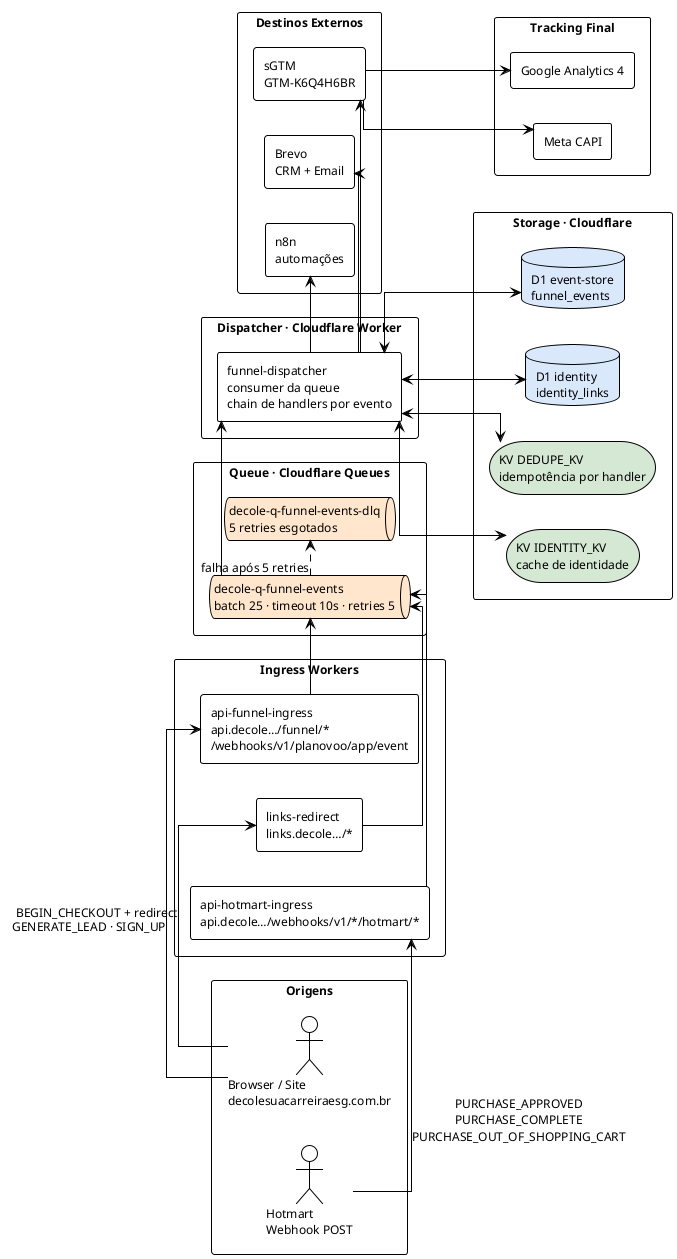
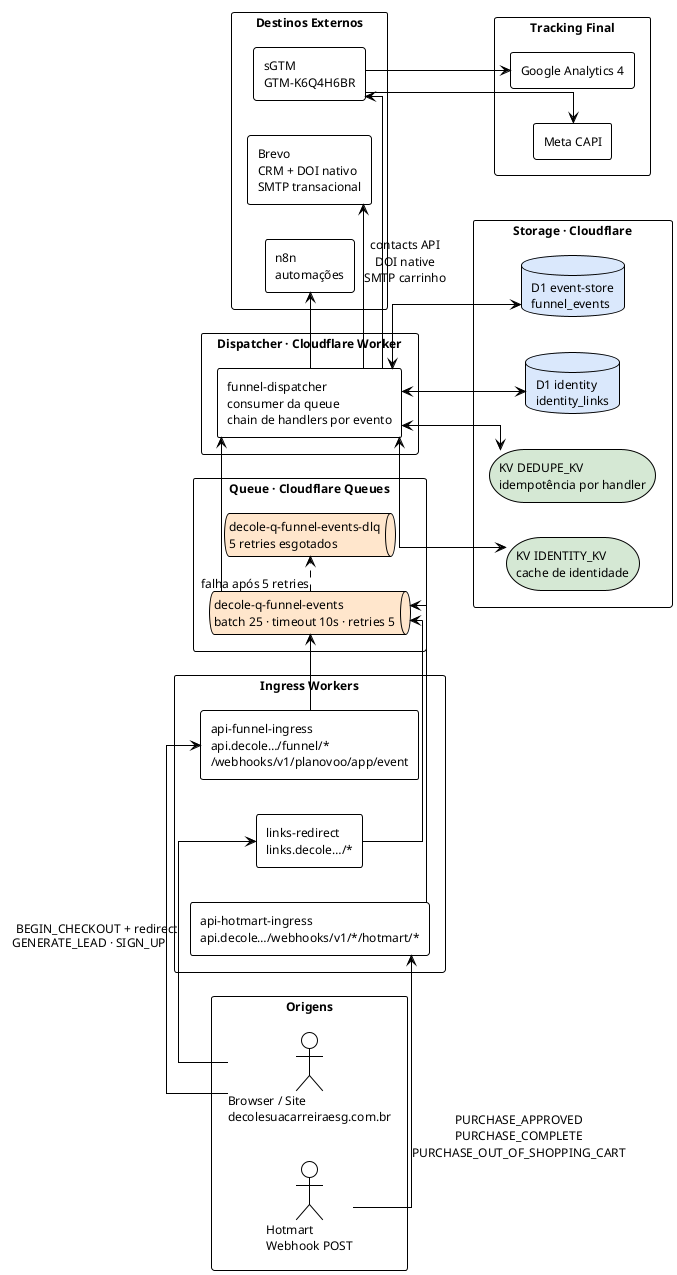
@startuml arquitetura-sistema
!theme plain
skinparam linetype ortho
skinparam backgroundColor #FFFFFF
skinparam defaultFontSize 12
skinparam packageStyle rectangle
skinparam componentStyle rectangle
skinparam databaseBackgroundColor #DAE8FC
skinparam storageBackgroundColor #D5E8D4
skinparam queueBackgroundColor #FFE6CC

left to right direction

package "Origens" {
  actor "Browser / Site\ndecolesuacarreiraesg.com.br" as Browser
  actor "Hotmart\nWebhook POST" as Hotmart
}

package "Ingress Workers" as Ingress {
  component "api-funnel-ingress\napi.decole…/funnel/*\n/webhooks/v1/planovoo/app/event" as FI
  component "links-redirect\nlinks.decole…/*" as LR
  component "api-hotmart-ingress\napi.decole…/webhooks/v1/*/hotmart/*" as HI
}

package "Queue · Cloudflare Queues" as Queues {
  queue "decole-q-funnel-events\nbatch 25 · timeout 10s · retries 5" as Q
  queue "decole-q-funnel-events-dlq\n5 retries esgotados" as DLQ
}

package "Dispatcher · Cloudflare Worker" as Disp {
  component "funnel-dispatcher\nconsumer da queue\nchain de handlers por evento" as FD
}

package "Storage · Cloudflare" as Storage {
  database "D1 event-store\nfunnel_events" as D1E
  database "D1 identity\nidentity_links" as D1I
  storage "KV DEDUPE_KV\nidempotência por handler" as KVD
  storage "KV IDENTITY_KV\ncache de identidade" as KVI
}

package "Destinos Externos" as Externos {
  component "sGTM\nGTM-K6Q4H6BR" as sGTM
-   component "Brevo\nCRM + Email" as Brevo
+   component "Brevo\nCRM + DOI nativo\nSMTP transacional" as Brevo
  component "n8n\nautomações" as N8N
}

package "Tracking Final" as Tracking {
  component "Google Analytics 4" as GA4
  component "Meta CAPI" as Meta
}

Browser -right-> FI : GENERATE_LEAD · SIGN_UP
Browser -right-> LR : BEGIN_CHECKOUT + redirect
Hotmart -right-> HI : PURCHASE_APPROVED\nPURCHASE_COMPLETE\nPURCHASE_OUT_OF_SHOPPING_CART

FI -right-> Q
LR -right-> Q
HI -right-> Q
Q .right.> DLQ : falha após 5 retries

Q -right-> FD

FD <-down-> D1E
FD <-down-> D1I
FD <-down-> KVD
FD <-down-> KVI
FD -right-> sGTM
- FD -right-> Brevo
+ FD -right-> Brevo : contacts API\nDOI native\nSMTP carrinho
FD -right-> N8N

sGTM -down-> GA4
sGTM -down-> Meta

@enduml
